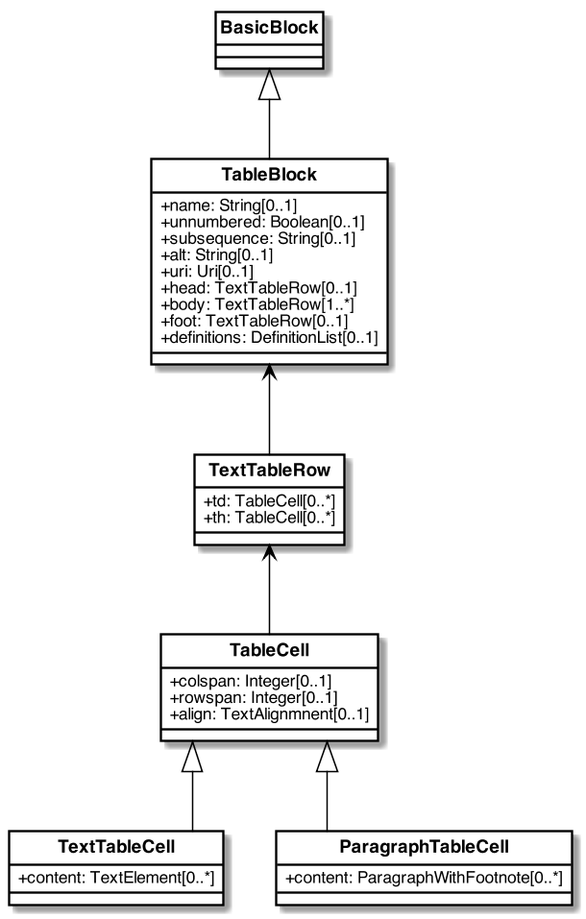
metanorma/basicdoc-models keeps this PlantUML diagram as images/Tables.png. Above is the earlier version.
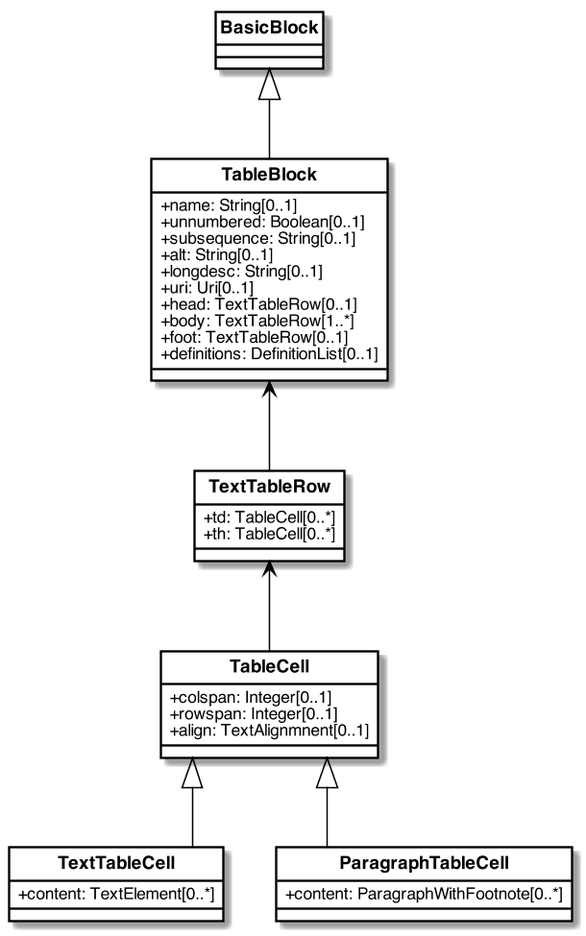
Later version of the same file.

Commit message:
table/@longdesc; https://github.com/metanorma/metanorma-nist/issues/143

What changed in the source:
```diff
@@ -49,6 +49,7 @@
     +unnumbered: Boolean[0..1]
     +subsequence: String[0..1]
     +alt: String[0..1]
+    +longdesc: String[0..1]
     +uri: Uri[0..1]
     +head: TextTableRow[0..1]
     +body: TextTableRow[1..*]
```
